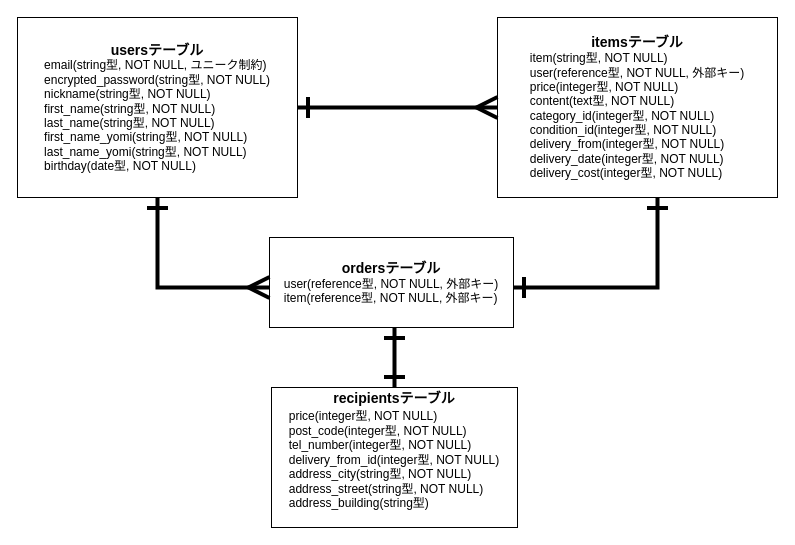
Above: config/erzu.dio in tsukitoremon/furima-39857 (draw.io), before the change. Source tidied: cells renumbered, new cells numbered last; positions are measured from the earlier drawing's top-left corner, leaving out a move shared by most shapes. Both pictures are drawn from the tidied source at 100%, with x=0, y=0 at pixel (17, 17).
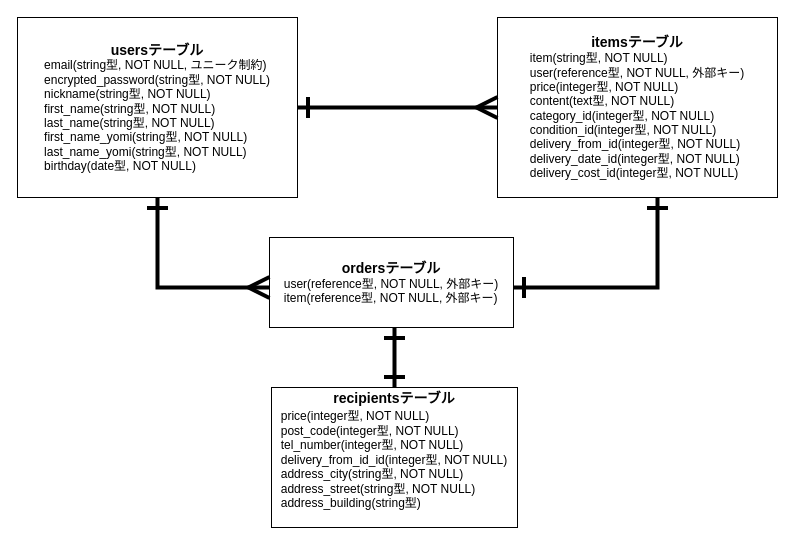
Above is the later version.

What changed in the source:
```diff
@@
 <mxGraphModel>
   <root>
     <mxCell id="0" />
     <mxCell id="1" parent="0" />
     <mxCell id="2" value="&lt;font style=&quot;font-size: 14px;&quot;&gt;&lt;b&gt;usersテーブル&lt;/b&gt;&lt;/font&gt;&lt;br&gt;&lt;div style=&quot;text-align: left;&quot;&gt;&lt;span style=&quot;background-color: initial;&quot;&gt;email(string型, NOT NULL, ユニーク制約)&lt;/span&gt;&lt;/div&gt;&lt;div style=&quot;text-align: left;&quot;&gt;&lt;span style=&quot;background-color: initial;&quot;&gt;encrypted_password(string型, NOT NULL)&lt;/span&gt;&lt;/div&gt;&lt;div style=&quot;text-align: left;&quot;&gt;&lt;span style=&quot;background-color: initial;&quot;&gt;nickname(string型, NOT NULL)&lt;/span&gt;&lt;/div&gt;&lt;div style=&quot;text-align: left;&quot;&gt;&lt;span style=&quot;background-color: initial;&quot;&gt;first_name(string型, NOT NULL)&lt;/span&gt;&lt;/div&gt;&lt;div style=&quot;text-align: left;&quot;&gt;&lt;span style=&quot;background-color: initial;&quot;&gt;last_name(string型, NOT NULL)&lt;/span&gt;&lt;/div&gt;&lt;div style=&quot;text-align: left;&quot;&gt;&lt;span style=&quot;background-color: initial;&quot;&gt;first_name_yomi(string型, NOT NULL)&lt;/span&gt;&lt;/div&gt;&lt;div style=&quot;text-align: left;&quot;&gt;&lt;span style=&quot;background-color: initial;&quot;&gt;last_name_yomi(string型, NOT NULL)&lt;/span&gt;&lt;/div&gt;&lt;div style=&quot;text-align: left;&quot;&gt;&lt;span style=&quot;background-color: initial;&quot;&gt;birthday(date型, NOT NULL)&lt;/span&gt;&lt;/div&gt;" style="whiteSpace=wrap;html=1;" parent="1" vertex="1">
       <mxGeometry width="280" height="180" as="geometry" />
     </mxCell>
-    <mxCell id="3" value="&lt;font style=&quot;font-size: 14px;&quot;&gt;&lt;b&gt;itemsテーブル&lt;/b&gt;&lt;/font&gt;&lt;br&gt;&lt;div style=&quot;text-align: left;&quot;&gt;&lt;span style=&quot;background-color: initial;&quot;&gt;item(string型, NOT NULL)&lt;/span&gt;&lt;/div&gt;&lt;div style=&quot;text-align: left;&quot;&gt;&lt;span style=&quot;background-color: initial;&quot;&gt;user(reference型, NOT NULL, 外部キー)&lt;/span&gt;&lt;/div&gt;&lt;div style=&quot;text-align: left;&quot;&gt;price(integer型, NOT NULL)&lt;span style=&quot;background-color: initial;&quot;&gt;&lt;br&gt;&lt;/span&gt;&lt;/div&gt;&lt;div style=&quot;text-align: left;&quot;&gt;content(text型, NOT NULL)&lt;br&gt;&lt;/div&gt;&lt;div style=&quot;text-align: left;&quot;&gt;&lt;span style=&quot;background-color: initial;&quot;&gt;category_id(integer型, NOT NULL)&lt;/span&gt;&lt;/div&gt;&lt;div style=&quot;text-align: left;&quot;&gt;condition_id(integer型, NOT NULL)&lt;span style=&quot;background-color: initial;&quot;&gt;&lt;br&gt;&lt;/span&gt;&lt;/div&gt;&lt;div style=&quot;text-align: left;&quot;&gt;delivery_from(integer型, NOT NULL)&lt;br&gt;&lt;/div&gt;&lt;div style=&quot;text-align: left;&quot;&gt;&lt;span style=&quot;background-color: initial;&quot;&gt;delivery_date(integer型, NOT NULL)&lt;/span&gt;&lt;/div&gt;&lt;div style=&quot;text-align: left;&quot;&gt;delivery_cost(integer型, NOT NULL)&lt;span style=&quot;background-color: initial;&quot;&gt;&lt;br&gt;&lt;/span&gt;&lt;/div&gt;" style="whiteSpace=wrap;html=1;" parent="1" vertex="1">
+    <mxCell id="3" value="&lt;font style=&quot;font-size: 14px;&quot;&gt;&lt;b&gt;itemsテーブル&lt;/b&gt;&lt;/font&gt;&lt;br&gt;&lt;div style=&quot;text-align: left;&quot;&gt;&lt;span style=&quot;background-color: initial;&quot;&gt;item(string型, NOT NULL)&lt;/span&gt;&lt;/div&gt;&lt;div style=&quot;text-align: left;&quot;&gt;&lt;span style=&quot;background-color: initial;&quot;&gt;user(reference型, NOT NULL, 外部キー)&lt;/span&gt;&lt;/div&gt;&lt;div style=&quot;text-align: left;&quot;&gt;price(integer型, NOT NULL)&lt;span style=&quot;background-color: initial;&quot;&gt;&lt;br&gt;&lt;/span&gt;&lt;/div&gt;&lt;div style=&quot;text-align: left;&quot;&gt;content(text型, NOT NULL)&lt;br&gt;&lt;/div&gt;&lt;div style=&quot;text-align: left;&quot;&gt;&lt;span style=&quot;background-color: initial;&quot;&gt;category_id(integer型, NOT NULL)&lt;/span&gt;&lt;/div&gt;&lt;div style=&quot;text-align: left;&quot;&gt;condition_id(integer型, NOT NULL)&lt;span style=&quot;background-color: initial;&quot;&gt;&lt;br&gt;&lt;/span&gt;&lt;/div&gt;&lt;div style=&quot;text-align: left;&quot;&gt;delivery_from_id(integer型, NOT NULL)&lt;br&gt;&lt;/div&gt;&lt;div style=&quot;text-align: left;&quot;&gt;&lt;span style=&quot;background-color: initial;&quot;&gt;delivery_date_id(integer型, NOT NULL)&lt;/span&gt;&lt;/div&gt;&lt;div style=&quot;text-align: left;&quot;&gt;delivery_cost_id(integer型, NOT NULL)&lt;span style=&quot;background-color: initial;&quot;&gt;&lt;br&gt;&lt;/span&gt;&lt;/div&gt;" style="whiteSpace=wrap;html=1;" parent="1" vertex="1">
       <mxGeometry x="480" width="280" height="180" as="geometry" />
     </mxCell>
     <mxCell id="4" value="&lt;font style=&quot;font-size: 14px;&quot;&gt;&lt;b&gt;ordersテーブル&lt;/b&gt;&lt;/font&gt;&lt;br&gt;&lt;div style=&quot;text-align: left;&quot;&gt;&lt;span style=&quot;background-color: initial;&quot;&gt;user(reference型, NOT NULL, 外部キー)&lt;/span&gt;&lt;/div&gt;&lt;div style=&quot;text-align: left;&quot;&gt;&lt;span style=&quot;background-color: initial;&quot;&gt;item(reference型, NOT NULL, 外部キー)&lt;/span&gt;&lt;/div&gt;" style="whiteSpace=wrap;html=1;" parent="1" vertex="1">
       <mxGeometry x="252" y="220" width="244" height="90" as="geometry" />
     </mxCell>
     <mxCell id="5" style="edgeStyle=none;html=1;fontSize=14;endArrow=ERone;endFill=0;strokeWidth=4;startArrow=ERmany;startFill=0;startSize=16;endSize=16;" parent="1" edge="1">
       <mxGeometry relative="1" as="geometry">
         <mxPoint x="480" y="90" as="sourcePoint" />
         <mxPoint x="280" y="90" as="targetPoint" />
         <Array as="points">
           <mxPoint x="460" y="90" />
           <mxPoint x="369" y="90" />
           <mxPoint x="379" y="90" />
         </Array>
       </mxGeometry>
     </mxCell>
     <mxCell id="6" style="edgeStyle=orthogonalEdgeStyle;jettySize=auto;html=1;strokeWidth=4;fontSize=14;startArrow=ERone;startFill=0;endArrow=ERone;endFill=0;startSize=16;endSize=16;rounded=0;" parent="1" edge="1" source="4" target="3">
       <mxGeometry relative="1" as="geometry">
         <Array as="points">
           <mxPoint x="640" y="270" />
         </Array>
       </mxGeometry>
     </mxCell>
     <mxCell id="7" style="edgeStyle=orthogonalEdgeStyle;jettySize=auto;html=1;strokeWidth=4;fontSize=14;startArrow=ERmany;startFill=0;endArrow=ERone;endFill=0;startSize=16;endSize=16;rounded=0;" parent="1" edge="1" source="4" target="2">
       <mxGeometry relative="1" as="geometry">
         <Array as="points">
           <mxPoint x="140" y="270" />
         </Array>
       </mxGeometry>
     </mxCell>
-    <mxCell id="8" value="&lt;font style=&quot;font-size: 14px;&quot;&gt;&lt;b&gt;recipientsテーブル&lt;br&gt;&lt;div style=&quot;text-align: left;&quot;&gt;&lt;span style=&quot;font-size: 12px; background-color: initial; font-weight: normal;&quot;&gt;price(integer型, NOT NULL)&lt;/span&gt;&lt;/div&gt;&lt;/b&gt;&lt;/font&gt;&lt;div style=&quot;text-align: left;&quot;&gt;&lt;span style=&quot;background-color: initial;&quot;&gt;post_code(integer型, NOT NULL)&lt;/span&gt;&lt;/div&gt;&lt;div style=&quot;text-align: left;&quot;&gt;&lt;span style=&quot;background-color: initial;&quot;&gt;tel_number(integer型, NOT NULL)&lt;/span&gt;&lt;/div&gt;&lt;div style=&quot;text-align: left;&quot;&gt;&lt;span style=&quot;background-color: initial;&quot;&gt;delivery_from_id(integer型, NOT NULL)&lt;/span&gt;&lt;/div&gt;&lt;div style=&quot;text-align: left;&quot;&gt;&lt;span style=&quot;background-color: initial;&quot;&gt;address_city(string型, NOT NULL)&lt;/span&gt;&lt;/div&gt;&lt;div style=&quot;text-align: left;&quot;&gt;address_street(string型, NOT NULL)&lt;span style=&quot;background-color: initial;&quot;&gt;&lt;br&gt;&lt;/span&gt;&lt;/div&gt;&lt;div style=&quot;text-align: left;&quot;&gt;address_building(string型)&lt;br&gt;&lt;/div&gt;&lt;div style=&quot;text-align: left;&quot;&gt;&lt;br&gt;&lt;/div&gt;" style="whiteSpace=wrap;html=1;" parent="1" vertex="1">
+    <mxCell id="8" value="&lt;font style=&quot;font-size: 14px;&quot;&gt;&lt;b&gt;recipientsテーブル&lt;br&gt;&lt;div style=&quot;text-align: left;&quot;&gt;&lt;span style=&quot;font-size: 12px; background-color: initial; font-weight: normal;&quot;&gt;price(integer型, NOT NULL)&lt;/span&gt;&lt;/div&gt;&lt;/b&gt;&lt;/font&gt;&lt;div style=&quot;text-align: left;&quot;&gt;&lt;span style=&quot;background-color: initial;&quot;&gt;post_code(integer型, NOT NULL)&lt;/span&gt;&lt;/div&gt;&lt;div style=&quot;text-align: left;&quot;&gt;&lt;span style=&quot;background-color: initial;&quot;&gt;tel_number(integer型, NOT NULL)&lt;/span&gt;&lt;/div&gt;&lt;div style=&quot;text-align: left;&quot;&gt;&lt;span style=&quot;background-color: initial;&quot;&gt;delivery_from_id_id(integer型, NOT NULL)&lt;/span&gt;&lt;/div&gt;&lt;div style=&quot;text-align: left;&quot;&gt;&lt;span style=&quot;background-color: initial;&quot;&gt;address_city(string型, NOT NULL)&lt;/span&gt;&lt;/div&gt;&lt;div style=&quot;text-align: left;&quot;&gt;address_street(string型, NOT NULL)&lt;span style=&quot;background-color: initial;&quot;&gt;&lt;br&gt;&lt;/span&gt;&lt;/div&gt;&lt;div style=&quot;text-align: left;&quot;&gt;address_building(string型)&lt;br&gt;&lt;/div&gt;&lt;div style=&quot;text-align: left;&quot;&gt;&lt;br&gt;&lt;/div&gt;" style="whiteSpace=wrap;html=1;" parent="1" vertex="1">
       <mxGeometry x="254" y="370" width="246" height="140" as="geometry" />
     </mxCell>
     <mxCell id="9" style="edgeStyle=none;jettySize=auto;html=1;endArrow=ERone;startArrow=ERone;endSize=16;startSize=16;strokeWidth=4;startFill=0;endFill=0;exitX=0.5;exitY=0;exitDx=0;exitDy=0;" parent="1" edge="1" source="8">
       <mxGeometry relative="1" as="geometry">
         <mxPoint x="377" y="310" as="targetPoint" />
       </mxGeometry>
     </mxCell>
   </root>
 </mxGraphModel>
```
